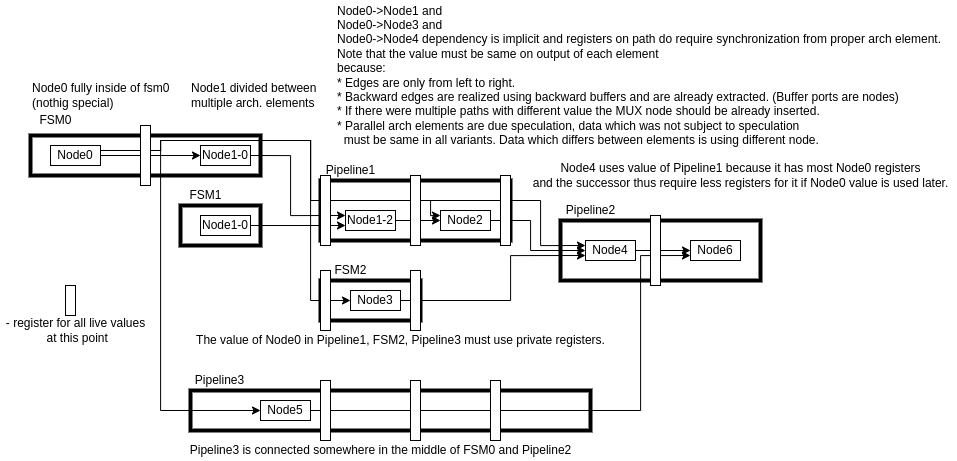
Nic30/hwtHls keeps this draw.io diagram as doc/_static/nodeBetweenArchElements.png. Above is the earlier version. Source tidied: cells renumbered, new cells last; positions are measured from the earlier drawing's top-left corner, leaving out a move shared by most shapes. Its diagram source:
```xml
<mxGraphModel>
  <root>
    <mxCell id="0" />
    <mxCell id="1" parent="0" />
    <mxCell id="2" style="rounded=0;whiteSpace=wrap;html=1;strokeWidth=4;" parent="1" vertex="1">
      <mxGeometry x="190" y="390" width="400" height="40" as="geometry" />
    </mxCell>
    <mxCell id="3" style="rounded=0;whiteSpace=wrap;html=1;strokeWidth=4;" parent="1" vertex="1">
      <mxGeometry x="560" y="220" width="200" height="60" as="geometry" />
    </mxCell>
    <mxCell id="4" style="rounded=0;whiteSpace=wrap;html=1;strokeWidth=4;" parent="1" vertex="1">
      <mxGeometry x="320" y="280" width="100" height="40" as="geometry" />
    </mxCell>
    <mxCell id="5" style="rounded=0;whiteSpace=wrap;html=1;strokeWidth=4;" parent="1" vertex="1">
      <mxGeometry x="30" y="135" width="230" height="40" as="geometry" />
    </mxCell>
    <mxCell id="6" style="rounded=0;whiteSpace=wrap;html=1;strokeWidth=4;" parent="1" vertex="1">
      <mxGeometry x="320" y="180" width="190" height="60" as="geometry" />
    </mxCell>
    <mxCell id="7" value="FSM0" style="text;html=1;align=center;verticalAlign=middle;strokeColor=none;fillColor=none;" parent="1" vertex="1">
      <mxGeometry x="30" y="110" width="50" height="20" as="geometry" />
    </mxCell>
    <mxCell id="8" value="Pipeline1" style="text;html=1;align=center;verticalAlign=middle;strokeColor=none;fillColor=none;" parent="1" vertex="1">
      <mxGeometry x="320" y="160" width="60" height="20" as="geometry" />
    </mxCell>
    <mxCell id="9" style="rounded=0;whiteSpace=wrap;html=1;strokeWidth=4;" parent="1" vertex="1">
      <mxGeometry x="180" y="205" width="80" height="40" as="geometry" />
    </mxCell>
    <mxCell id="10" value="FSM1" style="text;html=1;align=center;verticalAlign=middle;strokeColor=none;fillColor=none;" parent="1" vertex="1">
      <mxGeometry x="180" y="185" width="50" height="20" as="geometry" />
    </mxCell>
    <mxCell id="11" style="edgeStyle=orthogonalEdgeStyle;rounded=0;jettySize=auto;html=1;exitX=1;exitY=0.5;exitDx=0;exitDy=0;entryX=0;entryY=0.5;entryDx=0;entryDy=0;" parent="1" edge="1" source="16" target="18">
      <mxGeometry relative="1" as="geometry" />
    </mxCell>
    <mxCell id="12" style="edgeStyle=orthogonalEdgeStyle;rounded=0;jettySize=auto;html=1;exitX=1;exitY=0.25;exitDx=0;exitDy=0;entryX=0;entryY=0.25;entryDx=0;entryDy=0;" parent="1" edge="1" source="16" target="26">
      <mxGeometry relative="1" as="geometry">
        <Array as="points">
          <mxPoint x="160" y="150" />
          <mxPoint x="160" y="140" />
          <mxPoint x="310" y="140" />
          <mxPoint x="310" y="200" />
          <mxPoint x="430" y="200" />
          <mxPoint x="430" y="215" />
        </Array>
      </mxGeometry>
    </mxCell>
    <mxCell id="13" style="edgeStyle=orthogonalEdgeStyle;rounded=0;jettySize=auto;html=1;exitX=1;exitY=0.25;exitDx=0;exitDy=0;entryX=0;entryY=0.5;entryDx=0;entryDy=0;" parent="1" edge="1" source="16" target="30">
      <mxGeometry relative="1" as="geometry">
        <Array as="points">
          <mxPoint x="160" y="150" />
          <mxPoint x="160" y="140" />
          <mxPoint x="310" y="140" />
          <mxPoint x="310" y="300" />
        </Array>
      </mxGeometry>
    </mxCell>
    <mxCell id="14" style="edgeStyle=orthogonalEdgeStyle;rounded=0;jettySize=auto;html=1;exitX=1;exitY=0.25;exitDx=0;exitDy=0;entryX=0;entryY=0.25;entryDx=0;entryDy=0;" parent="1" edge="1" source="16" target="33">
      <mxGeometry relative="1" as="geometry">
        <Array as="points">
          <mxPoint x="160" y="150" />
          <mxPoint x="160" y="140" />
          <mxPoint x="310" y="140" />
          <mxPoint x="310" y="200" />
          <mxPoint x="540" y="200" />
          <mxPoint x="540" y="245" />
        </Array>
      </mxGeometry>
    </mxCell>
    <mxCell id="15" style="edgeStyle=orthogonalEdgeStyle;rounded=0;jettySize=auto;html=1;exitX=1;exitY=0.25;exitDx=0;exitDy=0;entryX=0;entryY=0.5;entryDx=0;entryDy=0;" parent="1" edge="1" source="16" target="38">
      <mxGeometry relative="1" as="geometry">
        <Array as="points">
          <mxPoint x="160" y="150" />
          <mxPoint x="160" y="410" />
        </Array>
      </mxGeometry>
    </mxCell>
    <mxCell id="16" value="Node0" style="rounded=0;whiteSpace=wrap;html=1;" parent="1" vertex="1">
      <mxGeometry x="50" y="145" width="50" height="20" as="geometry" />
    </mxCell>
    <mxCell id="17" style="edgeStyle=orthogonalEdgeStyle;rounded=0;jettySize=auto;html=1;exitX=1;exitY=0.5;exitDx=0;exitDy=0;entryX=0;entryY=0.25;entryDx=0;entryDy=0;" parent="1" edge="1" source="18" target="20">
      <mxGeometry relative="1" as="geometry">
        <Array as="points">
          <mxPoint x="290" y="155" />
          <mxPoint x="290" y="215" />
        </Array>
      </mxGeometry>
    </mxCell>
    <mxCell id="18" value="Node1-0" style="rounded=0;whiteSpace=wrap;html=1;" parent="1" vertex="1">
      <mxGeometry x="200" y="145" width="50" height="20" as="geometry" />
    </mxCell>
    <mxCell id="19" style="edgeStyle=orthogonalEdgeStyle;rounded=0;jettySize=auto;html=1;exitX=1;exitY=0.5;exitDx=0;exitDy=0;entryX=0;entryY=0.5;entryDx=0;entryDy=0;" parent="1" edge="1" source="20" target="26">
      <mxGeometry relative="1" as="geometry" />
    </mxCell>
    <mxCell id="20" value="Node1-2" style="rounded=0;whiteSpace=wrap;html=1;" parent="1" vertex="1">
      <mxGeometry x="345" y="210" width="50" height="20" as="geometry" />
    </mxCell>
    <mxCell id="21" style="edgeStyle=orthogonalEdgeStyle;rounded=0;jettySize=auto;html=1;exitX=1;exitY=0.5;exitDx=0;exitDy=0;entryX=0;entryY=0.75;entryDx=0;entryDy=0;" parent="1" edge="1" source="22" target="20">
      <mxGeometry relative="1" as="geometry" />
    </mxCell>
    <mxCell id="22" value="Node1-0" style="rounded=0;whiteSpace=wrap;html=1;" parent="1" vertex="1">
      <mxGeometry x="200" y="215" width="50" height="20" as="geometry" />
    </mxCell>
    <mxCell id="23" value="Node0 fully inside of fsm0&lt;br&gt;(nothig special)" style="text;html=1;align=left;verticalAlign=middle;strokeColor=none;fillColor=none;" parent="1" vertex="1">
      <mxGeometry x="30" y="80" width="150" height="30" as="geometry" />
    </mxCell>
    <mxCell id="24" value="Node1 divided between multiple arch. elements" style="text;html=1;strokeColor=none;fillColor=none;align=left;verticalAlign=middle;whiteSpace=wrap;rounded=0;" parent="1" vertex="1">
      <mxGeometry x="189" y="80" width="146" height="30" as="geometry" />
    </mxCell>
    <mxCell id="25" style="edgeStyle=orthogonalEdgeStyle;rounded=0;jettySize=auto;html=1;exitX=1;exitY=0.5;exitDx=0;exitDy=0;entryX=0;entryY=0.5;entryDx=0;entryDy=0;" parent="1" edge="1" source="26" target="33">
      <mxGeometry relative="1" as="geometry">
        <Array as="points">
          <mxPoint x="530" y="220" />
          <mxPoint x="530" y="250" />
        </Array>
      </mxGeometry>
    </mxCell>
    <mxCell id="26" value="Node2" style="rounded=0;whiteSpace=wrap;html=1;" parent="1" vertex="1">
      <mxGeometry x="440" y="210" width="50" height="20" as="geometry" />
    </mxCell>
    <mxCell id="27" value="Node0-&amp;gt;Node1 and&lt;br&gt;Node0-&amp;gt;Node3 and&lt;br&gt;Node0-&amp;gt;Node4 dependency is implicit and&amp;nbsp;registers on path do require synchronization from proper arch element.&lt;br&gt;Note that the value must be same on output of each element&lt;br&gt;because:&lt;br&gt;* Edges are only from left to right.&lt;br&gt;* Backward edges are realized using backward buffers and are already extracted. (Buffer ports are nodes)&lt;br&gt;* If there were multiple paths with different value the MUX node should be already inserted.&lt;br&gt;* Parallel arch elements are due speculation, data which was not subject to speculation&lt;br&gt;&amp;nbsp; must be same in all variants. Data which differs between elements is using different node." style="text;html=1;align=left;verticalAlign=middle;strokeColor=none;fillColor=none;" parent="1" vertex="1">
      <mxGeometry x="335" width="620" height="150" as="geometry" />
    </mxCell>
    <mxCell id="28" value="FSM2" style="text;html=1;align=center;verticalAlign=middle;strokeColor=none;fillColor=none;" parent="1" vertex="1">
      <mxGeometry x="325" y="260" width="50" height="20" as="geometry" />
    </mxCell>
    <mxCell id="29" style="edgeStyle=orthogonalEdgeStyle;rounded=0;jettySize=auto;html=1;exitX=1;exitY=0.5;exitDx=0;exitDy=0;entryX=0;entryY=0.75;entryDx=0;entryDy=0;" parent="1" edge="1" source="30" target="33">
      <mxGeometry relative="1" as="geometry">
        <Array as="points">
          <mxPoint x="510" y="300" />
          <mxPoint x="510" y="255" />
        </Array>
      </mxGeometry>
    </mxCell>
    <mxCell id="30" value="Node3" style="rounded=0;whiteSpace=wrap;html=1;" parent="1" vertex="1">
      <mxGeometry x="350" y="290" width="50" height="20" as="geometry" />
    </mxCell>
    <mxCell id="31" value="Pipeline2" style="text;html=1;align=center;verticalAlign=middle;strokeColor=none;fillColor=none;" parent="1" vertex="1">
      <mxGeometry x="560" y="200" width="60" height="20" as="geometry" />
    </mxCell>
    <mxCell id="32" style="edgeStyle=orthogonalEdgeStyle;rounded=0;jettySize=auto;html=1;exitX=1;exitY=0.5;exitDx=0;exitDy=0;entryX=0;entryY=0.5;entryDx=0;entryDy=0;" parent="1" edge="1" source="33" target="40">
      <mxGeometry relative="1" as="geometry" />
    </mxCell>
    <mxCell id="33" value="Node4" style="rounded=0;whiteSpace=wrap;html=1;" parent="1" vertex="1">
      <mxGeometry x="585" y="240" width="50" height="20" as="geometry" />
    </mxCell>
    <mxCell id="34" value="The value of Node0 in Pipeline1, FSM2, Pipeline3 must use private registers." style="text;html=1;align=center;verticalAlign=middle;strokeColor=none;fillColor=none;" parent="1" vertex="1">
      <mxGeometry x="190" y="330" width="420" height="20" as="geometry" />
    </mxCell>
    <mxCell id="35" value="Node4 uses value of Pipeline1 because it has most Node0 registers&lt;br&gt;and the successor thus require less registers for it if Node0 value is used later." style="text;html=1;align=center;verticalAlign=middle;strokeColor=none;fillColor=none;" parent="1" vertex="1">
      <mxGeometry x="525" y="160" width="430" height="30" as="geometry" />
    </mxCell>
    <mxCell id="36" value="Pipeline3" style="text;html=1;align=center;verticalAlign=middle;strokeColor=none;fillColor=none;" parent="1" vertex="1">
      <mxGeometry x="189" y="370" width="60" height="20" as="geometry" />
    </mxCell>
    <mxCell id="37" style="edgeStyle=orthogonalEdgeStyle;rounded=0;jettySize=auto;html=1;exitX=1;exitY=0.5;exitDx=0;exitDy=0;entryX=0;entryY=0.75;entryDx=0;entryDy=0;" parent="1" edge="1" source="38" target="40">
      <mxGeometry relative="1" as="geometry">
        <Array as="points">
          <mxPoint x="640" y="410" />
          <mxPoint x="640" y="255" />
        </Array>
      </mxGeometry>
    </mxCell>
    <mxCell id="38" value="Node5" style="rounded=0;whiteSpace=wrap;html=1;" parent="1" vertex="1">
      <mxGeometry x="260" y="400" width="50" height="20" as="geometry" />
    </mxCell>
    <mxCell id="39" value="Pipeline3 is connected somewhere in the middle of FSM0 and Pipeline2" style="text;html=1;align=center;verticalAlign=middle;strokeColor=none;fillColor=none;" parent="1" vertex="1">
      <mxGeometry x="180" y="440" width="400" height="20" as="geometry" />
    </mxCell>
    <mxCell id="40" value="Node6" style="rounded=0;whiteSpace=wrap;html=1;" parent="1" vertex="1">
      <mxGeometry x="690" y="240" width="50" height="20" as="geometry" />
    </mxCell>
    <mxCell id="41" style="rounded=0;whiteSpace=wrap;html=1;" parent="1" vertex="1">
      <mxGeometry x="140" y="125" width="10" height="60" as="geometry" />
    </mxCell>
    <mxCell id="42" style="rounded=0;whiteSpace=wrap;html=1;" parent="1" vertex="1">
      <mxGeometry x="320" y="175" width="10" height="70" as="geometry" />
    </mxCell>
    <mxCell id="43" style="rounded=0;whiteSpace=wrap;html=1;" parent="1" vertex="1">
      <mxGeometry x="320" y="270" width="10" height="60" as="geometry" />
    </mxCell>
    <mxCell id="44" style="rounded=0;whiteSpace=wrap;html=1;" parent="1" vertex="1">
      <mxGeometry x="410" y="175" width="10" height="70" as="geometry" />
    </mxCell>
    <mxCell id="45" style="rounded=0;whiteSpace=wrap;html=1;" parent="1" vertex="1">
      <mxGeometry x="410" y="270" width="10" height="60" as="geometry" />
    </mxCell>
    <mxCell id="46" style="rounded=0;whiteSpace=wrap;html=1;" parent="1" vertex="1">
      <mxGeometry x="500" y="175" width="10" height="70" as="geometry" />
    </mxCell>
    <mxCell id="47" style="rounded=0;whiteSpace=wrap;html=1;" parent="1" vertex="1">
      <mxGeometry x="650" y="215" width="10" height="70" as="geometry" />
    </mxCell>
    <mxCell id="48" style="rounded=0;whiteSpace=wrap;html=1;" parent="1" vertex="1">
      <mxGeometry x="320" y="380" width="10" height="60" as="geometry" />
    </mxCell>
    <mxCell id="49" style="rounded=0;whiteSpace=wrap;html=1;" parent="1" vertex="1">
      <mxGeometry x="410" y="380" width="10" height="60" as="geometry" />
    </mxCell>
    <mxCell id="50" style="rounded=0;whiteSpace=wrap;html=1;" parent="1" vertex="1">
      <mxGeometry x="490" y="380" width="10" height="60" as="geometry" />
    </mxCell>
    <mxCell id="51" style="rounded=0;whiteSpace=wrap;html=1;" parent="1" vertex="1">
      <mxGeometry x="65" y="285" width="10" height="30" as="geometry" />
    </mxCell>
    <mxCell id="52" value="- register for all live values&lt;br&gt;&amp;nbsp;at this point" style="text;html=1;align=center;verticalAlign=middle;strokeColor=none;fillColor=none;" parent="1" vertex="1">
      <mxGeometry y="315" width="150" height="30" as="geometry" />
    </mxCell>
  </root>
</mxGraphModel>
```
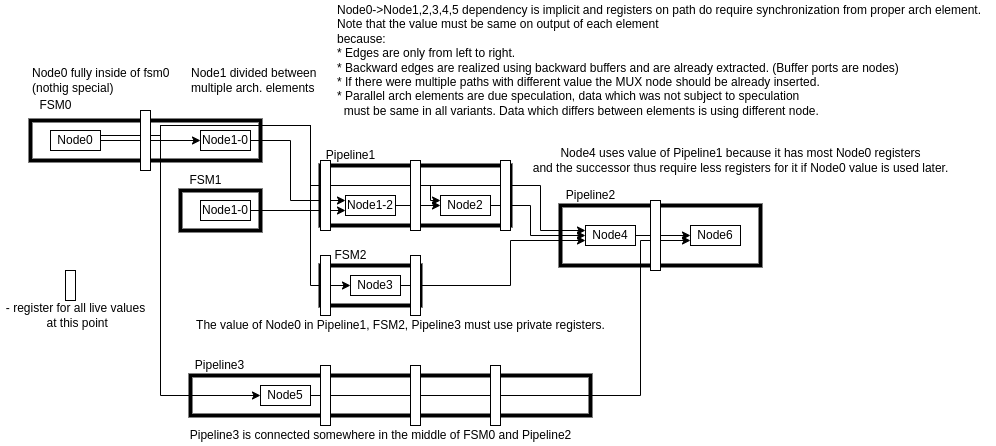
The same file after the commit.

The edit, as a diff of the source:
```diff
@@ -117,8 +117,8 @@
     <mxCell id="26" value="Node2" style="rounded=0;whiteSpace=wrap;html=1;" parent="1" vertex="1">
       <mxGeometry x="440" y="210" width="50" height="20" as="geometry" />
     </mxCell>
-    <mxCell id="27" value="Node0-&amp;gt;Node1 and&lt;br&gt;Node0-&amp;gt;Node3 and&lt;br&gt;Node0-&amp;gt;Node4 dependency is implicit and&amp;nbsp;registers on path do require synchronization from proper arch element.&lt;br&gt;Note that the value must be same on output of each element&lt;br&gt;because:&lt;br&gt;* Edges are only from left to right.&lt;br&gt;* Backward edges are realized using backward buffers and are already extracted. (Buffer ports are nodes)&lt;br&gt;* If there were multiple paths with different value the MUX node should be already inserted.&lt;br&gt;* Parallel arch elements are due speculation, data which was not subject to speculation&lt;br&gt;&amp;nbsp; must be same in all variants. Data which differs between elements is using different node." style="text;html=1;align=left;verticalAlign=middle;strokeColor=none;fillColor=none;" parent="1" vertex="1">
-      <mxGeometry x="335" width="620" height="150" as="geometry" />
+    <mxCell id="27" value="Node0-&amp;gt;Node1,2,3,4,5 dependency is implicit and&amp;nbsp;registers on path do require synchronization from proper arch element.&lt;br&gt;Note that the value must be same on output of each element&lt;br&gt;because:&lt;br&gt;* Edges are only from left to right.&lt;br&gt;* Backward edges are realized using backward buffers and are already extracted. (Buffer ports are nodes)&lt;br&gt;* If there were multiple paths with different value the MUX node should be already inserted.&lt;br&gt;* Parallel arch elements are due speculation, data which was not subject to speculation&lt;br&gt;&amp;nbsp; must be same in all variants. Data which differs between elements is using different node." style="text;html=1;align=left;verticalAlign=middle;strokeColor=none;fillColor=none;" parent="1" vertex="1">
+      <mxGeometry x="335" y="15" width="660" height="120" as="geometry" />
     </mxCell>
     <mxCell id="28" value="FSM2" style="text;html=1;align=center;verticalAlign=middle;strokeColor=none;fillColor=none;" parent="1" vertex="1">
       <mxGeometry x="325" y="260" width="50" height="20" as="geometry" />
```
